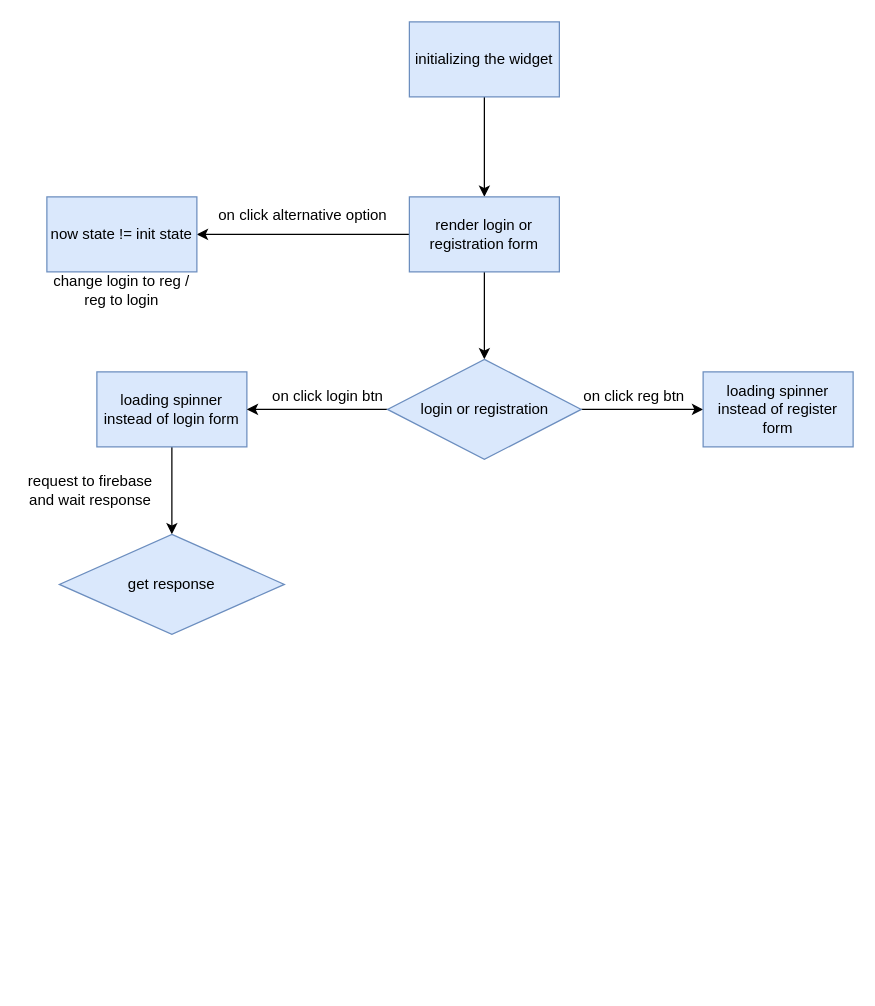
This is Untitled Diagram.drawio from florizdesigner/test_schemes, a draw.io file, before an edit. Source tidied: cells renumbered, new cells numbered last; positions are measured from the earlier drawing's top-left corner, leaving out a move shared by most shapes. Both pictures are drawn from the tidied source at 125%, with x=0, y=0 at pixel (21, 21).
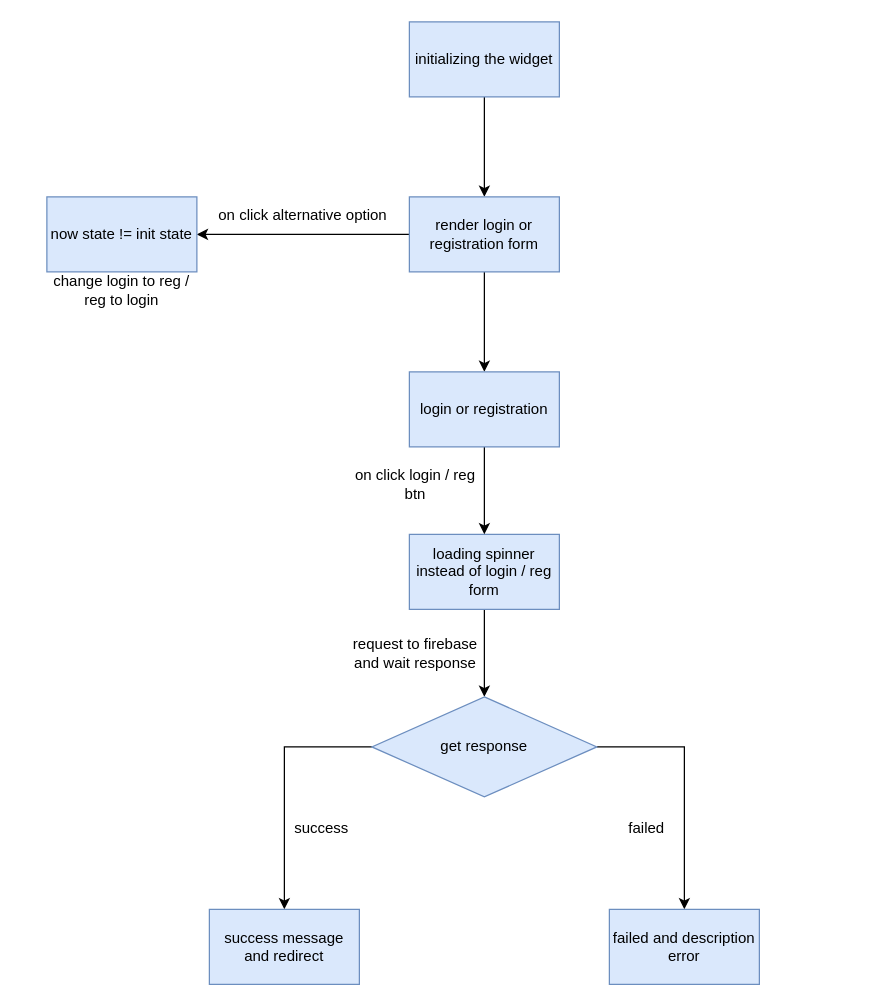
The same diagram, later.

The change refers to these unchanged cells:
```xml
<mxCell id="6" style="rounded=0;whiteSpace=wrap;html=1;fillColor=#dae8fc;strokeColor=#6c8ebf;" parent="1" vertex="1">
  <mxGeometry x="310" y="140" width="120" height="60" as="geometry" />
</mxCell>
```

The edit, as a diff of the source:
```diff
@@
-    <mxCell id="5" style="edgeStyle=orthogonalEdgeStyle;rounded=0;jettySize=auto;html=1;" parent="1" edge="1" source="6" target="18">
+    <mxCell id="5" style="edgeStyle=orthogonalEdgeStyle;rounded=0;jettySize=auto;html=1;entryX=0.5;entryY=0;entryDx=0;entryDy=0;" parent="1" edge="1" source="6" target="18">
       <mxGeometry relative="1" as="geometry" />
     </mxCell>
@@
-    <mxCell id="12" value="loading spinner instead of login form" style="rounded=0;whiteSpace=wrap;html=1;fillColor=#dae8fc;strokeColor=#6c8ebf;" parent="1" vertex="1">
-      <mxGeometry x="60" y="280" width="120" height="60" as="geometry" />
+    <mxCell id="12" value="loading spinner instead of login / reg form" style="rounded=0;whiteSpace=wrap;html=1;fillColor=#dae8fc;strokeColor=#6c8ebf;" parent="1" vertex="1">
+      <mxGeometry x="310" y="410" width="120" height="60" as="geometry" />
     </mxCell>
-    <mxCell id="13" value="on click login btn" style="text;strokeColor=none;align=center;fillColor=none;html=1;verticalAlign=middle;whiteSpace=wrap;rounded=0;" parent="1" vertex="1">
-      <mxGeometry x="190" y="270" width="110" height="60" as="geometry" />
+    <mxCell id="13" value="on click login / reg btn" style="text;strokeColor=none;align=center;fillColor=none;html=1;verticalAlign=middle;whiteSpace=wrap;rounded=0;" parent="1" vertex="1">
+      <mxGeometry x="260" y="340" width="110" height="60" as="geometry" />
     </mxCell>
     <mxCell id="14" value="request to firebase and wait response" style="text;strokeColor=none;align=center;fillColor=none;html=1;verticalAlign=middle;whiteSpace=wrap;rounded=0;" parent="1" vertex="1">
-      <mxGeometry y="360" width="110" height="30" as="geometry" />
+      <mxGeometry x="260" y="490" width="110" height="30" as="geometry" />
     </mxCell>
+    <mxCell id="21" style="edgeStyle=orthogonalEdgeStyle;rounded=0;jettySize=auto;html=1;exitX=0;exitY=0.5;exitDx=0;exitDy=0;" parent="1" edge="1" source="15" target="23">
+      <mxGeometry relative="1" as="geometry" />
+    </mxCell>
+    <mxCell id="22" style="edgeStyle=orthogonalEdgeStyle;rounded=0;jettySize=auto;html=1;" parent="1" edge="1" source="15" target="25">
+      <mxGeometry relative="1" as="geometry" />
+    </mxCell>
     <mxCell id="15" value="get response" style="rhombus;whiteSpace=wrap;html=1;fillColor=#dae8fc;strokeColor=#6c8ebf;rounded=0;" parent="1" vertex="1">
-      <mxGeometry x="30" y="410" width="180" height="80" as="geometry" />
+      <mxGeometry x="280" y="540" width="180" height="80" as="geometry" />
     </mxCell>
-    <mxCell id="16" style="edgeStyle=orthogonalEdgeStyle;rounded=0;jettySize=auto;html=1;entryX=1;entryY=0.5;entryDx=0;entryDy=0;" parent="1" edge="1" source="18" target="12">
+    <mxCell id="16" style="edgeStyle=orthogonalEdgeStyle;rounded=0;jettySize=auto;html=1;entryX=0.5;entryY=0;entryDx=0;entryDy=0;exitX=0.5;exitY=1;exitDx=0;exitDy=0;" parent="1" edge="1" source="18" target="12">
       <mxGeometry relative="1" as="geometry" />
     </mxCell>
-    <mxCell id="17" style="edgeStyle=orthogonalEdgeStyle;rounded=0;jettySize=auto;html=1;" parent="1" edge="1" source="18" target="19">
-      <mxGeometry relative="1" as="geometry" />
-    </mxCell>
+    <mxCell id="23" value="success message and redirect" style="rounded=0;whiteSpace=wrap;html=1;fillColor=#dae8fc;strokeColor=#6c8ebf;" parent="1" vertex="1">
+      <mxGeometry x="150" y="710" width="120" height="60" as="geometry" />
+    </mxCell>
+    <mxCell id="24" value="success" style="text;strokeColor=none;align=center;fillColor=none;html=1;verticalAlign=middle;whiteSpace=wrap;rounded=0;" parent="1" vertex="1">
+      <mxGeometry x="210" y="630" width="60" height="30" as="geometry" />
+    </mxCell>
+    <mxCell id="25" value="failed and description error" style="whiteSpace=wrap;html=1;fillColor=#dae8fc;strokeColor=#6c8ebf;rounded=0;" parent="1" vertex="1">
+      <mxGeometry x="470" y="710" width="120" height="60" as="geometry" />
+    </mxCell>
+    <mxCell id="26" value="failed" style="text;strokeColor=none;align=center;fillColor=none;html=1;verticalAlign=middle;whiteSpace=wrap;rounded=0;" parent="1" vertex="1">
+      <mxGeometry x="470" y="630" width="60" height="30" as="geometry" />
+    </mxCell>
-    <mxCell id="18" value="login or registration" style="rhombus;whiteSpace=wrap;html=1;fillColor=#dae8fc;strokeColor=#6c8ebf;rounded=0;" parent="1" vertex="1">
-      <mxGeometry x="292.5" y="270" width="155" height="80" as="geometry" />
+    <mxCell id="18" value="login or registration" style="whiteSpace=wrap;html=1;fillColor=#dae8fc;strokeColor=#6c8ebf;" parent="1" vertex="1">
+      <mxGeometry x="310" y="280" width="120" height="60" as="geometry" />
     </mxCell>
-    <mxCell id="19" value="loading spinner instead of register form" style="rounded=0;whiteSpace=wrap;html=1;fillColor=#dae8fc;strokeColor=#6c8ebf;" parent="1" vertex="1">
-      <mxGeometry x="545" y="280" width="120" height="60" as="geometry" />
-    </mxCell>
-    <mxCell id="20" value="on click reg btn" style="text;strokeColor=none;align=center;fillColor=none;html=1;verticalAlign=middle;whiteSpace=wrap;rounded=0;" parent="1" vertex="1">
-      <mxGeometry x="435" y="270" width="110" height="60" as="geometry" />
-    </mxCell>
```
